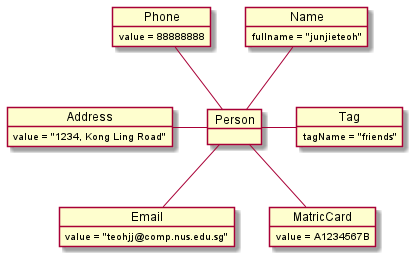
The PlantUML diagram docs/images/AddProfileSampleObjectDiagram.png in nus-cs2103-AY2122S2/tp, before a commit. Its diagram source:
```plantuml
@startuml

object Person
object Name
object Phone
object Address
object Email
object MatricCard
object Tag

Name : fullname = "junjieteoh"
Phone : value = 88888888
Email : value = "teohjj@comp.nus.edu.sg"
Address : value = "1234, Kong Ling Road"
Tag : tagName = "friends"
MatricCard : value = A1234567B

Person -up- Name
Person -up- Phone
Person -down-  Email
Person -left- Address
Person -down- MatricCard
Person -right- Tag

@enduml
```
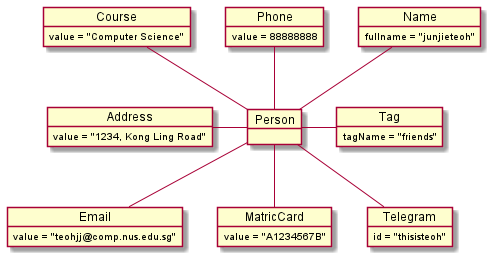
After the change.

The edit, as a diff of the source:
```diff
@@ -7,19 +7,25 @@
 object Email
 object MatricCard
 object Tag
+object Telegram
+object Course
 
 Name : fullname = "junjieteoh"
 Phone : value = 88888888
 Email : value = "teohjj@comp.nus.edu.sg"
 Address : value = "1234, Kong Ling Road"
 Tag : tagName = "friends"
-MatricCard : value = A1234567B
+MatricCard : value = "A1234567B"
+Course : value = "Computer Science"
+Telegram : id = "thisisteoh"
 
 Person -up- Name
 Person -up- Phone
-Person -down-  Email
+Person -down- Email
 Person -left- Address
 Person -down- MatricCard
 Person -right- Tag
+Person -up- Course
+Person -down- Telegram
 
 @enduml
```
